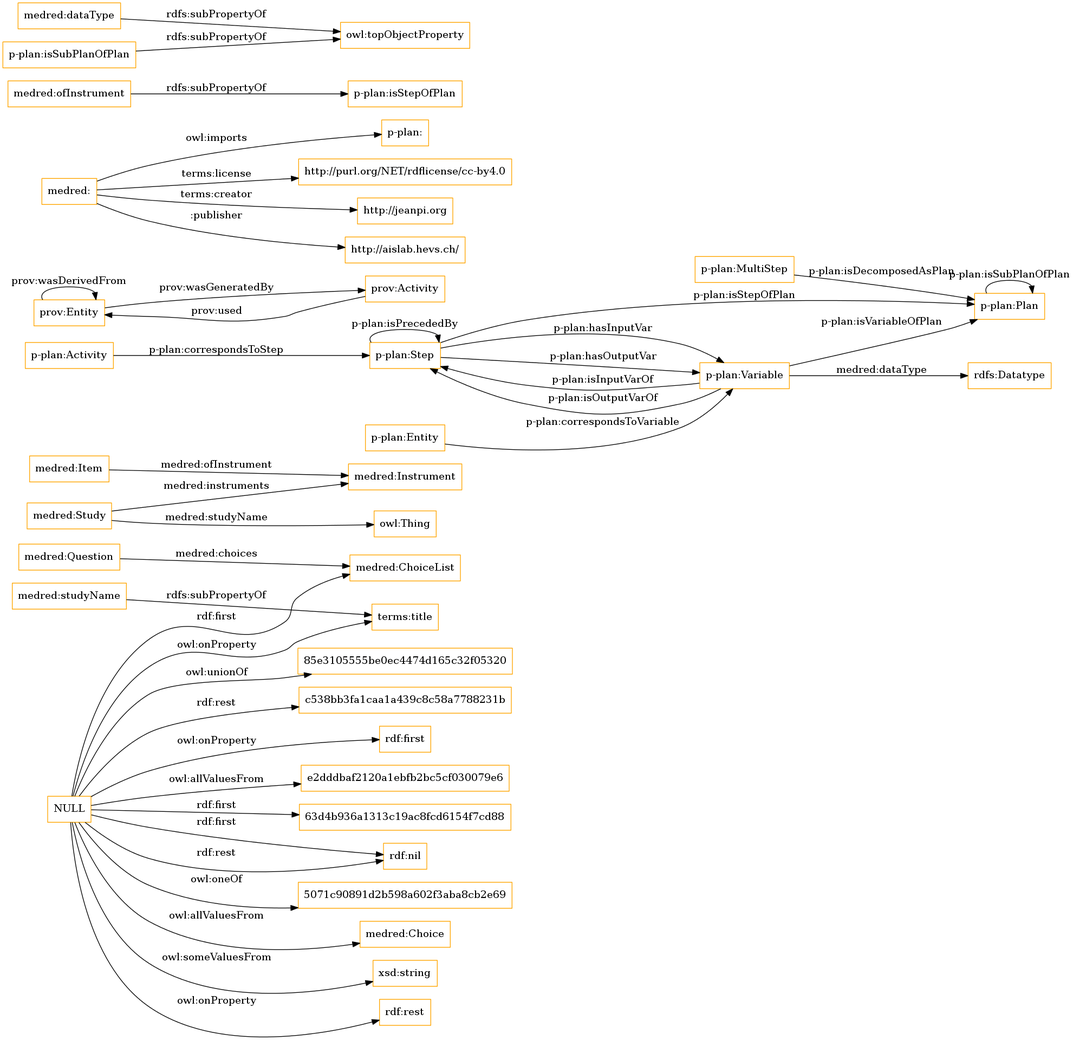
Before: OnToology/ontology/medred.owl/diagrams/ar2dtool-class/medred.owl.png, a diagram exported from Graphviz (OnToologyUser/medred). Its source is kept beside it as OnToology/ontology/medred.owl/diagrams/ar2dtool-class/medred.owl.png.dot.
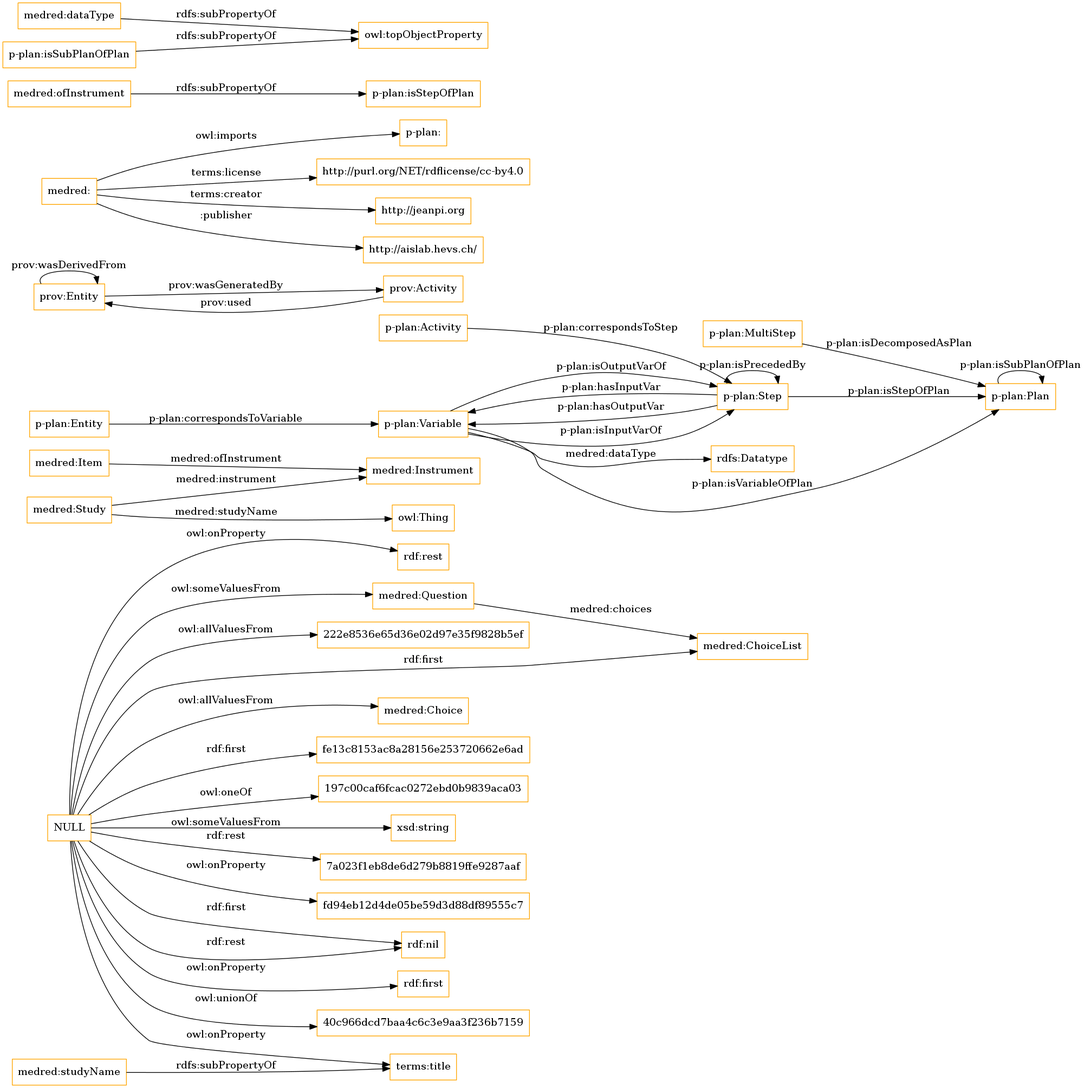
After the change.

What changed in the source:
```diff
@@ -1,23 +1,25 @@
 digraph ar2dtool_diagram {
 rankdir=LR;
 size="1501"
-node [shape = rectangle, color="orange"]; "e2dddbaf2120a1ebfb2bc5cf030079e6" "medred:Question" "medred:Instrument" "medred:Item" "medred:Study" "63d4b936a1313c19ac8fcd6154f7cd88" "medred:ChoiceList" "medred:Choice" "p-plan:MultiStep" "p-plan:Activity" "p-plan:Step" "p-plan:Entity" "prov:Entity" "p-plan:Plan" "prov:Activity" "p-plan:Variable" ; /*classes style*/
+node [shape = rectangle, color="orange"]; "medred:Question" "medred:Instrument" "medred:Item" "medred:Study" "rdfs:Datatype" "222e8536e65d36e02d97e35f9828b5ef" "medred:ChoiceList" "medred:Choice" "fe13c8153ac8a28156e253720662e6ad" "p-plan:MultiStep" "p-plan:Activity" "p-plan:Step" "p-plan:Entity" "prov:Entity" "p-plan:Plan" "prov:Activity" "p-plan:Variable" ; /*classes style*/
 	"medred:" -> "p-plan:" [ label = "owl:imports" ];
 	"medred:" -> "http://purl.org/NET/rdflicense/cc-by4.0" [ label = "terms:license" ];
 	"medred:" -> "http://jeanpi.org" [ label = "terms:creator" ];
 	"medred:" -> "http://aislab.hevs.ch/" [ label = ":publisher" ];
-	"NULL" -> "e2dddbaf2120a1ebfb2bc5cf030079e6" [ label = "owl:allValuesFrom" ];
+	"NULL" -> "197c00caf6fcac0272ebd0b9839aca03" [ label = "owl:oneOf" ];
+	"NULL" -> "fe13c8153ac8a28156e253720662e6ad" [ label = "rdf:first" ];
 	"NULL" -> "xsd:string" [ label = "owl:someValuesFrom" ];
+	"NULL" -> "7a023f1eb8de6d279b8819ffe9287aaf" [ label = "rdf:rest" ];
 	"NULL" -> "medred:ChoiceList" [ label = "rdf:first" ];
 	"NULL" -> "terms:title" [ label = "owl:onProperty" ];
-	"NULL" -> "85e3105555be0ec4474d165c32f05320" [ label = "owl:unionOf" ];
-	"NULL" -> "c538bb3fa1caa1a439c8c58a7788231b" [ label = "rdf:rest" ];
-	"NULL" -> "63d4b936a1313c19ac8fcd6154f7cd88" [ label = "rdf:first" ];
+	"NULL" -> "medred:Question" [ label = "owl:someValuesFrom" ];
+	"NULL" -> "fd94eb12d4de05be59d3d88df89555c7" [ label = "owl:onProperty" ];
 	"NULL" -> "rdf:nil" [ label = "rdf:first" ];
 	"NULL" -> "rdf:nil" [ label = "rdf:rest" ];
 	"NULL" -> "medred:Choice" [ label = "owl:allValuesFrom" ];
 	"NULL" -> "rdf:first" [ label = "owl:onProperty" ];
-	"NULL" -> "5071c90891d2b598a602f3aba8cb2e69" [ label = "owl:oneOf" ];
+	"NULL" -> "40c966dcd7baa4c6c3e9aa3f236b7159" [ label = "owl:unionOf" ];
+	"NULL" -> "222e8536e65d36e02d97e35f9828b5ef" [ label = "owl:allValuesFrom" ];
 	"NULL" -> "rdf:rest" [ label = "owl:onProperty" ];
 	"medred:ofInstrument" -> "p-plan:isStepOfPlan" [ label = "rdfs:subPropertyOf" ];
 	"medred:studyName" -> "terms:title" [ label = "rdfs:subPropertyOf" ];
@@ -34,11 +36,11 @@
 	"medred:Study" -> "owl:Thing" [ label = "medred:studyName" ];
 	"p-plan:Step" -> "p-plan:Variable" [ label = "p-plan:hasOutputVar" ];
 	"medred:Item" -> "medred:Instrument" [ label = "medred:ofInstrument" ];
+	"medred:Study" -> "medred:Instrument" [ label = "medred:instrument" ];
 	"p-plan:Variable" -> "rdfs:Datatype" [ label = "medred:dataType" ];
 	"p-plan:Activity" -> "p-plan:Step" [ label = "p-plan:correspondsToStep" ];
 	"p-plan:Entity" -> "p-plan:Variable" [ label = "p-plan:correspondsToVariable" ];
 	"medred:Question" -> "medred:ChoiceList" [ label = "medred:choices" ];
-	"medred:Study" -> "medred:Instrument" [ label = "medred:instruments" ];
 	"prov:Activity" -> "prov:Entity" [ label = "prov:used" ];
 	"p-plan:Variable" -> "p-plan:Step" [ label = "p-plan:isInputVarOf" ];
 	"p-plan:Variable" -> "p-plan:Step" [ label = "p-plan:isOutputVarOf" ];
```
